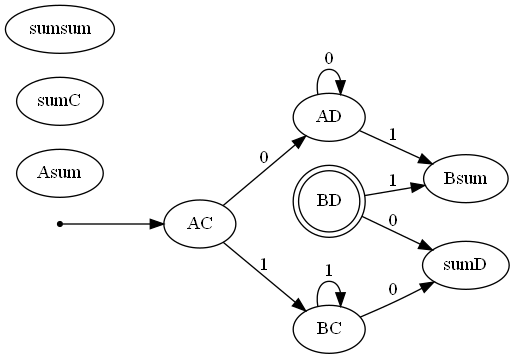
Earlier version of the Graphviz export View/Digraph.gv.png (ShiomeDiaz/Automatas). Its source is kept beside it as View/Digraph.gv.
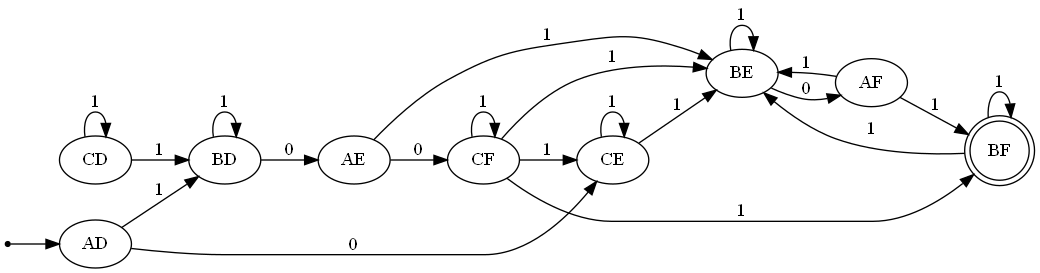
The same file after the commit.

Diff of the diagram source:
```diff
@@ -1,22 +1,34 @@
 digraph {
 	graph [rankdir=LR]
 	ini [shape=point]
-	AC
-	ini -> AC
 	AD
-	Asum
-	BC
-	BD [shape=doublecircle]
-	Bsum
-	sumC
-	sumD
-	sumsum
-	AC -> BC [label=1]
-	AC -> AD [label=0]
-	AD -> Bsum [label=1]
-	AD -> AD [label=0]
-	BC -> BC [label=1]
-	BC -> sumD [label=0]
-	BD -> Bsum [label=1]
-	BD -> sumD [label=0]
+	ini -> AD
+	AE
+	AF
+	BD
+	BE
+	BF [shape=doublecircle]
+	CD
+	CE
+	CF
+	AD -> BD [label=1]
+	AD -> CE [label=0]
+	AE -> BE [label=1]
+	AE -> CF [label=0]
+	AF -> BF [label=1]
+	AF -> BE [label=1]
+	BD -> BD [label=1]
+	BD -> AE [label=0]
+	BE -> BE [label=1]
+	BE -> AF [label=0]
+	BF -> BF [label=1]
+	BF -> BE [label=1]
+	CD -> BD [label=1]
+	CD -> CD [label=1]
+	CE -> BE [label=1]
+	CE -> CE [label=1]
+	CF -> BF [label=1]
+	CF -> BE [label=1]
+	CF -> CF [label=1]
+	CF -> CE [label=1]
 }
```
